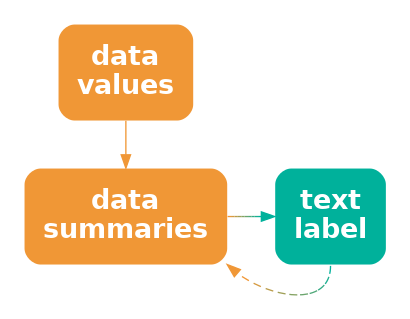
Above: Diagrams/data-stat-label.png in pmur002/hdvw (Graphviz), before the change. Its source is kept beside it as Diagrams/data-stat-label.dot.
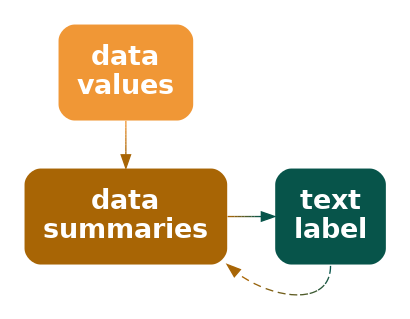
After the change.

The edit, as a diff of the source:
```diff
@@ -2,11 +2,11 @@
   graph [ rankdir=LR; margin=.2; nodesep=.5 ];
   node [ fontsize=20; fontname="sans bold"; margin=.2 ];
   data [ label="data\nvalues"; shape=box; style="filled, rounded"; penwidth=0; fontcolor=white; fillcolor="#F09736" ]
-  stat [ label="data\nsummaries"; shape=box; style="filled, rounded"; penwidth=0; fontcolor=white; fillcolor="#F09736" ]
+  stat [ label="data\nsummaries"; shape=box; style="filled, rounded"; penwidth=0; fontcolor=white; fillcolor="#A86505" ]
   label [ label="text\nlabel"; shape=box;
-       style="filled, rounded"; penwidth=0; fontcolor=white; fillcolor="#00B19B" ]
-  data -> stat [ color="#F09736" ]
-  stat -> label [ color="#F09736;0.1:#D59A41;0.1:#BB9D4C;0.1:#A0A058;0.1:#85A363;0.1:#6BA56E;0.1:#50A879;0.1:#35AB85;0.1:#1BAE90;0.1:#00B19B;0.1" ]
-  label:s -> stat:se [ style="dashed", color="#00B19B;0.1:#1BAE90;0.1:#35AB85;0.1:#50A879;0.1:#6BA56E;0.1:#85A363;0.1:#A0A058;0.1:#BB9D4C;0.1:#D59A41;0.1:#F09736;0.1" ]
+       style="filled, rounded"; penwidth=0; fontcolor=white; fillcolor="#07544A" ]
+  data -> stat [ color="#F09736;0.1:#E89131;0.1:#E08C2B;0.1:#D88626;0.1:#D08120;0.1:#C87B1B;0.1:#C07615;0.1:#B87010;0.1:#B06B0A;0.1:#A86505;0.1" ]
+  stat -> label [ color="#A86505;0.1:#96630D;0.1:#846114;0.1:#725F1C;0.1:#605D24;0.1:#4F5C2B;0.1:#3D5A33;0.1:#2B583B;0.1:#195642;0.1:#07544A;0.1" ]
+  label:s -> stat:se [ style="dashed", color="#07544A;0.1:#195642;0.1:#2B583B;0.1:#3D5A33;0.1:#4F5C2B;0.1:#605D24;0.1:#725F1C;0.1:#846114;0.1:#96630D;0.1:#A86505;0.1" ]
 { rank=same; data, stat }
 }
```
